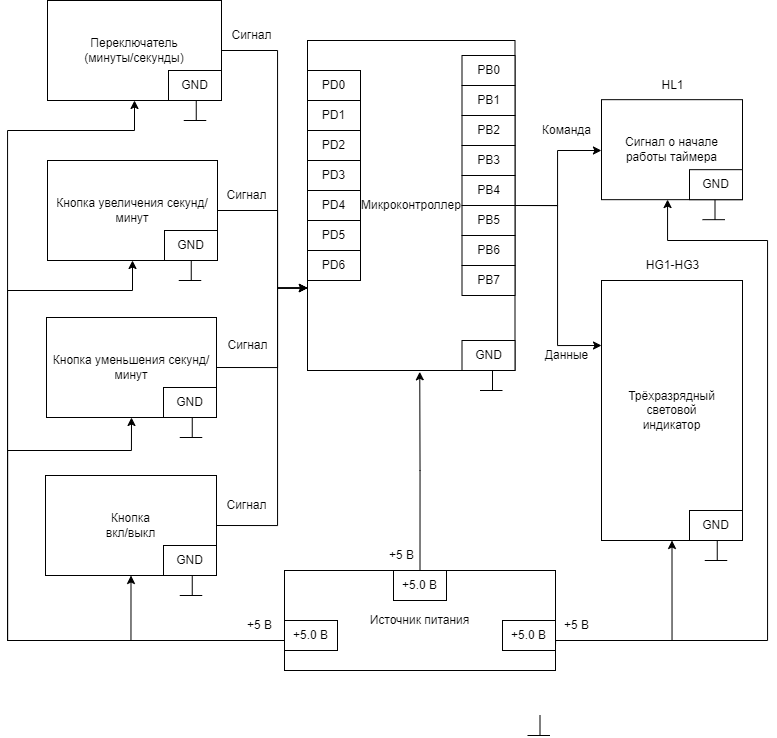
The draw.io diagram Схемыч!!!.png in IlyaFedoseev227/LABS-PNRPU-IVT-22-1b, before a commit. Source tidied: cells renumbered, new cells last; positions are measured from the earlier drawing's top-left corner, leaving out a move shared by most shapes.
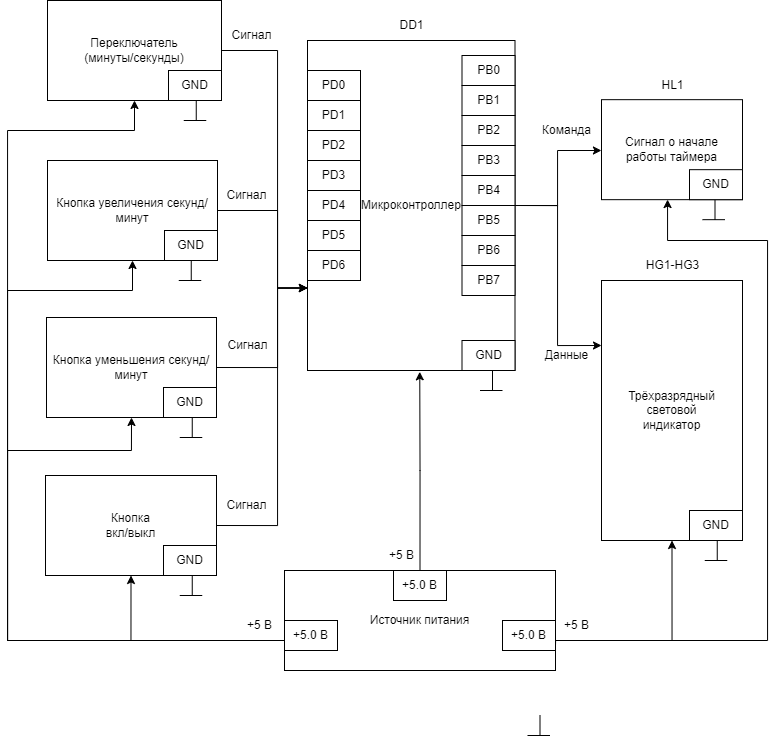
After the change.

Diff of the diagram source:
```diff
@@ -345,5 +345,8 @@
     <mxCell id="74" value="HL1" style="text;html=1;align=center;verticalAlign=middle;strokeColor=none;fillColor=none;" parent="1" vertex="1">
       <mxGeometry x="639.5" y="70" width="50" height="30" as="geometry" />
     </mxCell>
+    <mxCell id="75" value="DD1" style="text;html=1;align=center;verticalAlign=middle;strokeColor=none;fillColor=none;" parent="1" vertex="1">
+      <mxGeometry x="378.8" y="10" width="50" height="30" as="geometry" />
+    </mxCell>
   </root>
 </mxGraphModel>
```
